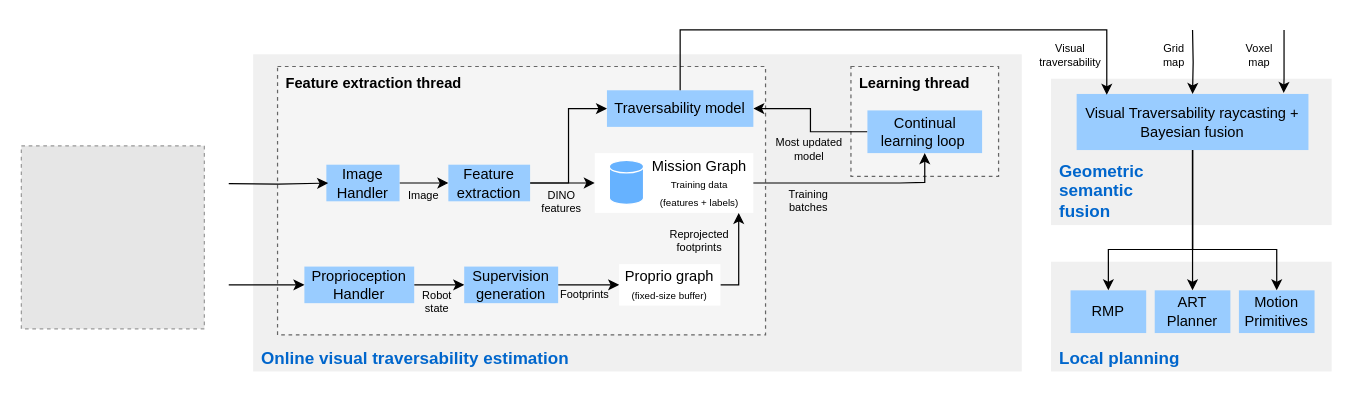
The draw.io diagram assets/drawings/overview.drawio in leggedrobotics/wild_visual_navigation, before the edit. Source tidied: cells renumbered, new cells numbered last; positions are measured from the earlier drawing's top-left corner, leaving out a move shared by most shapes. Both pictures are drawn from the tidied source at 122%, with x=0, y=0 at pixel (21, 29). Pictures stored in the file or linked from it are replaced by grey dashed boxes.
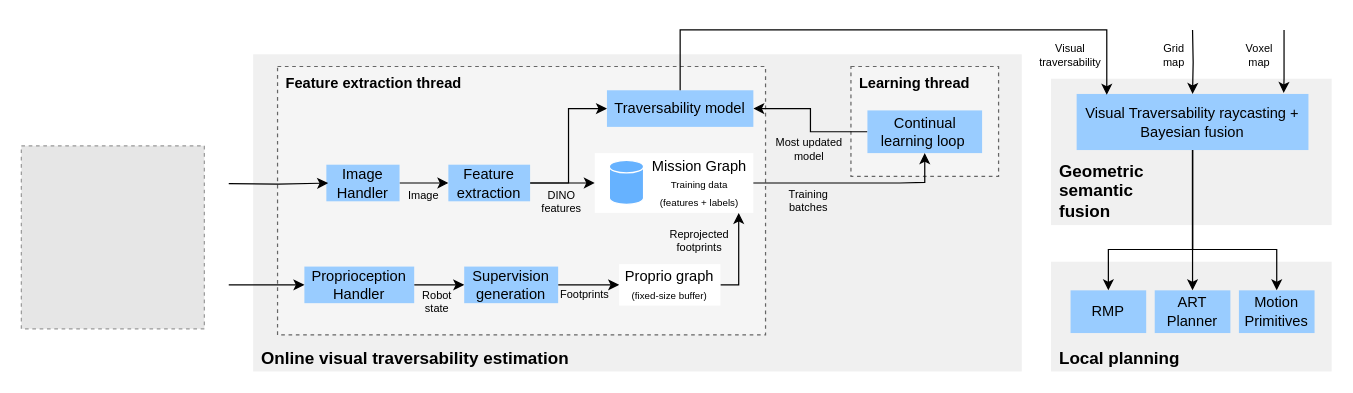
After the change.

Change to the diagram source:
```diff
@@
-    <mxCell id="2" value="&lt;font color=&quot;#0066cc&quot; style=&quot;font-size: 14px;&quot;&gt;&lt;b&gt;Online visual traversability estimation&lt;/b&gt;&lt;/font&gt;" style="rounded=0;whiteSpace=wrap;html=1;rotation=0;verticalAlign=bottom;align=left;spacingLeft=5;fillColor=#F0F0F0;strokeColor=none;" parent="1" vertex="1">
+    <mxCell id="2" value="&lt;font style=&quot;font-size: 14px;&quot;&gt;&lt;b style=&quot;&quot;&gt;Online visual traversability estimation&lt;/b&gt;&lt;/font&gt;" style="rounded=0;whiteSpace=wrap;html=1;rotation=0;verticalAlign=bottom;align=left;spacingLeft=5;fillColor=#F0F0F0;strokeColor=none;" parent="1" vertex="1">
       <mxGeometry x="190" y="20" width="630" height="260" as="geometry" />
     </mxCell>
@@
-    <mxCell id="27" value="&lt;b style=&quot;font-size: 14px;&quot;&gt;&lt;font color=&quot;#0066cc&quot; style=&quot;font-size: 14px;&quot;&gt;Geometric&lt;br&gt;semantic &lt;br&gt;fusion&lt;/font&gt;&lt;/b&gt;" style="rounded=0;whiteSpace=wrap;html=1;fillColor=#F0F0F0;strokeColor=none;verticalAlign=bottom;strokeWidth=1;align=left;spacingLeft=5;fontColor=#333333;glass=0;shadow=0;sketch=0;fontSize=14;" parent="1" vertex="1">
+    <mxCell id="27" value="&lt;b style=&quot;font-size: 14px;&quot;&gt;&lt;font color=&quot;#000000&quot; style=&quot;font-size: 14px;&quot;&gt;Geometric&lt;br&gt;semantic &lt;br&gt;fusion&lt;/font&gt;&lt;/b&gt;" style="rounded=0;whiteSpace=wrap;html=1;fillColor=#F0F0F0;strokeColor=none;verticalAlign=bottom;strokeWidth=1;align=left;spacingLeft=5;fontColor=#333333;glass=0;shadow=0;sketch=0;fontSize=14;" parent="1" vertex="1">
       <mxGeometry x="844" y="40" width="230" height="120" as="geometry" />
     </mxCell>
@@
-    <mxCell id="30" value="&lt;b&gt;&lt;font style=&quot;font-size: 14px;&quot; color=&quot;#0066cc&quot;&gt;Local planning&lt;/font&gt;&lt;/b&gt;" style="rounded=0;whiteSpace=wrap;html=1;fillColor=#F0F0F0;strokeColor=none;verticalAlign=bottom;strokeWidth=1;align=left;spacingLeft=5;fontColor=#333333;glass=0;shadow=0;sketch=0;" parent="1" vertex="1">
+    <mxCell id="30" value="&lt;b&gt;&lt;font color=&quot;#000000&quot; style=&quot;font-size: 14px;&quot;&gt;Local planning&lt;/font&gt;&lt;/b&gt;" style="rounded=0;whiteSpace=wrap;html=1;fillColor=#F0F0F0;strokeColor=none;verticalAlign=bottom;strokeWidth=1;align=left;spacingLeft=5;fontColor=#333333;glass=0;shadow=0;sketch=0;" parent="1" vertex="1">
       <mxGeometry x="844" y="190" width="230" height="90" as="geometry" />
     </mxCell>
```
